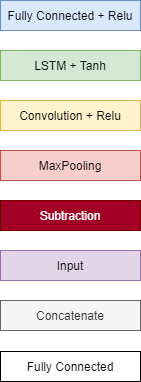
Earlier version of the draw.io export Figures/Legends.png (Tanay0101/AI-Input-Design). Source tidied: cells renumbered, new cells last; positions are measured from the earlier drawing's top-left corner, leaving out a move shared by most shapes.
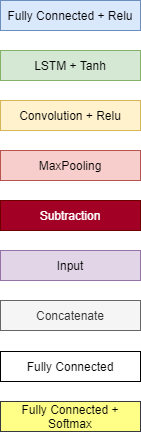
After the commit.

Commit message:
Added softmax layer

What changed in the source:
```diff
@@ -26,5 +26,8 @@
     <mxCell id="9" value="Fully Connected" style="rounded=0;whiteSpace=wrap;html=1;" parent="1" vertex="1">
       <mxGeometry y="351" width="140" height="30" as="geometry" />
     </mxCell>
+    <mxCell id="10" value="Fully Connected + Softmax" style="rounded=0;whiteSpace=wrap;html=1;fillColor=#ffff88;strokeColor=#36393d;" parent="1" vertex="1">
+      <mxGeometry y="401" width="140" height="30" as="geometry" />
+    </mxCell>
   </root>
 </mxGraphModel>
```
